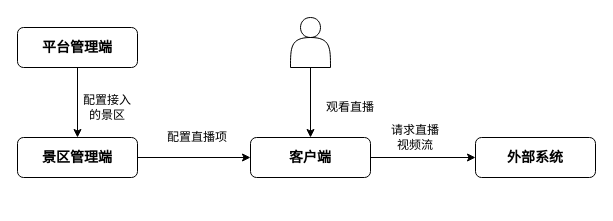
haycheng/draw.io keeps this draw.io diagram as 5G直播/5G直播系统数据流转.drawio. Above is the earlier version. Source tidied: cells renumbered, new cells numbered last; positions are measured from the earlier drawing's top-left corner, leaving out a move shared by most shapes. Both pictures are drawn from the tidied source at 100%, with x=0, y=0 at pixel (17, 17).
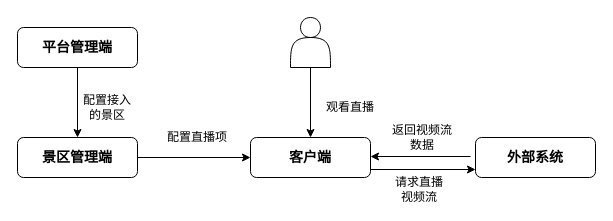
The same diagram, later.

Commit message (it also covers changes not shown here):
Update 5G直播系统数据流转.drawio

What changed in the source:
```diff
@@
 <mxGraphModel>
   <root>
     <mxCell id="0" />
     <mxCell id="1" parent="0" />
     <mxCell id="2" style="edgeStyle=orthogonalEdgeStyle;rounded=0;jettySize=auto;html=1;entryX=0.5;entryY=0;entryDx=0;entryDy=0;" parent="1" edge="1" source="3" target="5">
       <mxGeometry relative="1" as="geometry" />
     </mxCell>
     <mxCell id="3" value="&lt;font style=&quot;font-size: 14px&quot;&gt;平台管理端&lt;/font&gt;" style="rounded=1;whiteSpace=wrap;html=1;fontStyle=1;" parent="1" vertex="1">
       <mxGeometry y="10" width="120" height="40" as="geometry" />
     </mxCell>
     <mxCell id="4" style="edgeStyle=orthogonalEdgeStyle;rounded=0;jettySize=auto;html=1;entryX=0;entryY=0.5;entryDx=0;entryDy=0;" parent="1" edge="1" source="5" target="8">
       <mxGeometry relative="1" as="geometry" />
     </mxCell>
     <mxCell id="5" value="&lt;font style=&quot;font-size: 14px&quot;&gt;景区管理端&lt;/font&gt;" style="rounded=1;whiteSpace=wrap;html=1;fontStyle=1;" parent="1" vertex="1">
       <mxGeometry y="120" width="120" height="40" as="geometry" />
     </mxCell>
     <mxCell id="6" value="配置接入的景区" style="text;html=1;strokeColor=none;fillColor=none;align=center;verticalAlign=middle;whiteSpace=wrap;rounded=0;" parent="1" vertex="1">
       <mxGeometry x="60" y="80" width="60" height="20" as="geometry" />
     </mxCell>
-    <mxCell id="7" style="edgeStyle=orthogonalEdgeStyle;rounded=0;jettySize=auto;html=1;entryX=0;entryY=0.5;entryDx=0;entryDy=0;" parent="1" edge="1" source="8" target="13">
-      <mxGeometry relative="1" as="geometry" />
-    </mxCell>
+    <mxCell id="15" style="edgeStyle=orthogonalEdgeStyle;rounded=0;orthogonalLoop=1;jettySize=auto;html=1;entryX=0;entryY=0.5;entryDx=0;entryDy=0;" parent="1" edge="1">
+      <mxGeometry relative="1" as="geometry">
+        <mxPoint x="353" y="152" as="sourcePoint" />
+        <mxPoint x="458" y="152" as="targetPoint" />
+      </mxGeometry>
+    </mxCell>
     <mxCell id="8" value="&lt;font style=&quot;font-size: 14px&quot;&gt;客户端&lt;/font&gt;" style="rounded=1;whiteSpace=wrap;html=1;fontStyle=1;" parent="1" vertex="1">
       <mxGeometry x="233" y="120" width="120" height="40" as="geometry" />
     </mxCell>
     <mxCell id="9" value="配置直播项" style="text;html=1;strokeColor=none;fillColor=none;align=center;verticalAlign=middle;whiteSpace=wrap;rounded=0;" parent="1" vertex="1">
       <mxGeometry x="145" y="110" width="70" height="20" as="geometry" />
     </mxCell>
     <mxCell id="10" style="edgeStyle=orthogonalEdgeStyle;rounded=0;jettySize=auto;html=1;entryX=0.5;entryY=0;entryDx=0;entryDy=0;" parent="1" edge="1" source="11" target="8">
       <mxGeometry relative="1" as="geometry" />
     </mxCell>
     <mxCell id="11" style="shape=actor;whiteSpace=wrap;html=1;" parent="1" vertex="1">
       <mxGeometry x="273" width="40" height="50" as="geometry" />
     </mxCell>
     <mxCell id="12" value="观看直播" style="text;html=1;strokeColor=none;fillColor=none;align=center;verticalAlign=middle;whiteSpace=wrap;rounded=0;" parent="1" vertex="1">
       <mxGeometry x="303" y="80" width="60" height="20" as="geometry" />
     </mxCell>
     <mxCell id="13" value="&lt;font style=&quot;font-size: 14px&quot;&gt;外部系统&lt;/font&gt;" style="rounded=1;whiteSpace=wrap;html=1;fontStyle=1;" parent="1" vertex="1">
       <mxGeometry x="458" y="120" width="120" height="40" as="geometry" />
     </mxCell>
     <mxCell id="14" value="请求直播视频流" style="text;html=1;strokeColor=none;fillColor=none;align=center;verticalAlign=middle;whiteSpace=wrap;rounded=0;" parent="1" vertex="1">
-      <mxGeometry x="368" y="110" width="60" height="20" as="geometry" />
+      <mxGeometry x="372" y="162" width="60" height="20" as="geometry" />
     </mxCell>
+    <mxCell id="16" style="endArrow=classic;html=1;" parent="1" edge="1">
+      <mxGeometry relative="1" as="geometry">
+        <mxPoint x="453" y="139" as="sourcePoint" />
+        <mxPoint x="353" y="139" as="targetPoint" />
+      </mxGeometry>
+    </mxCell>
+    <mxCell id="17" value="返回视频流数据" style="text;html=1;strokeColor=none;fillColor=none;align=center;verticalAlign=middle;whiteSpace=wrap;rounded=0;" parent="1" vertex="1">
+      <mxGeometry x="370" y="110" width="70" height="20" as="geometry" />
+    </mxCell>
   </root>
 </mxGraphModel>
```
